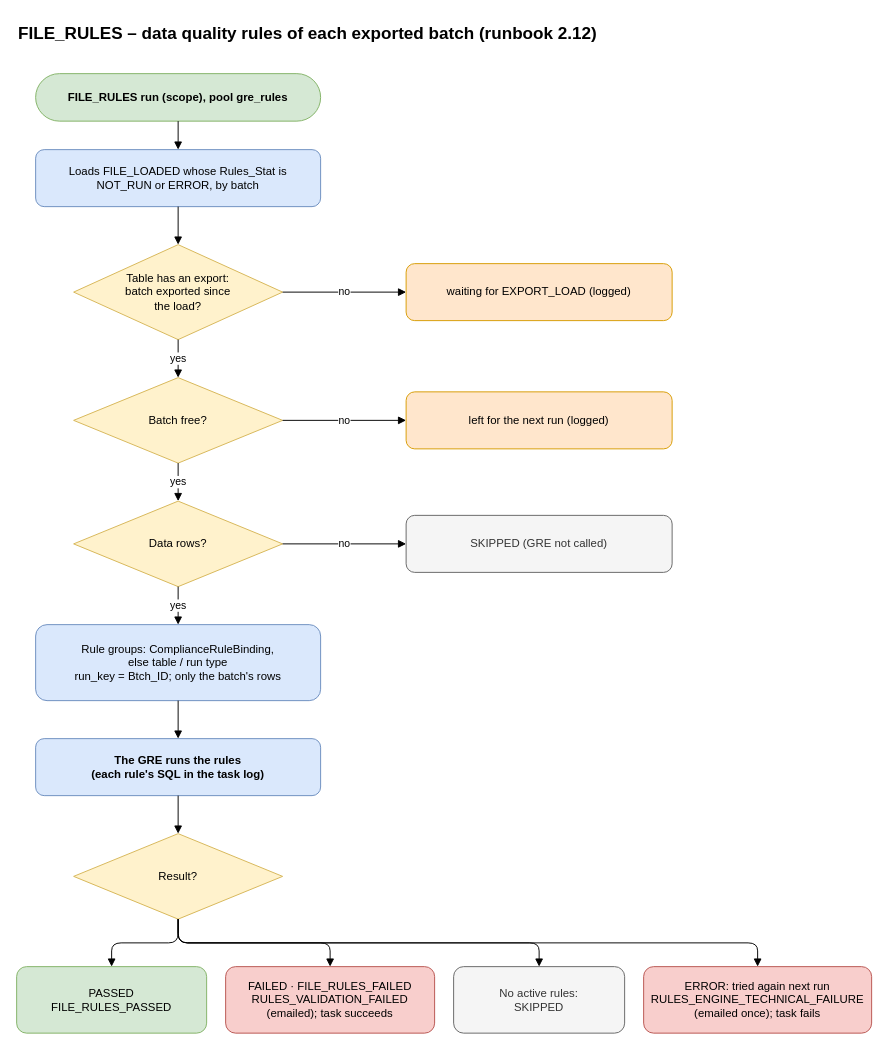
Before: airflow_resources/docs/diagrams/pages/10_file_rules.drawio in trinathgundavaram/framework, a draw.io diagram. Source tidied: cells renumbered, new cells numbered last; positions are measured from the earlier drawing's top-left corner, leaving out a move shared by most shapes. Both pictures are drawn from the tidied source at 95%, with x=0, y=0 at pixel (16, 16).
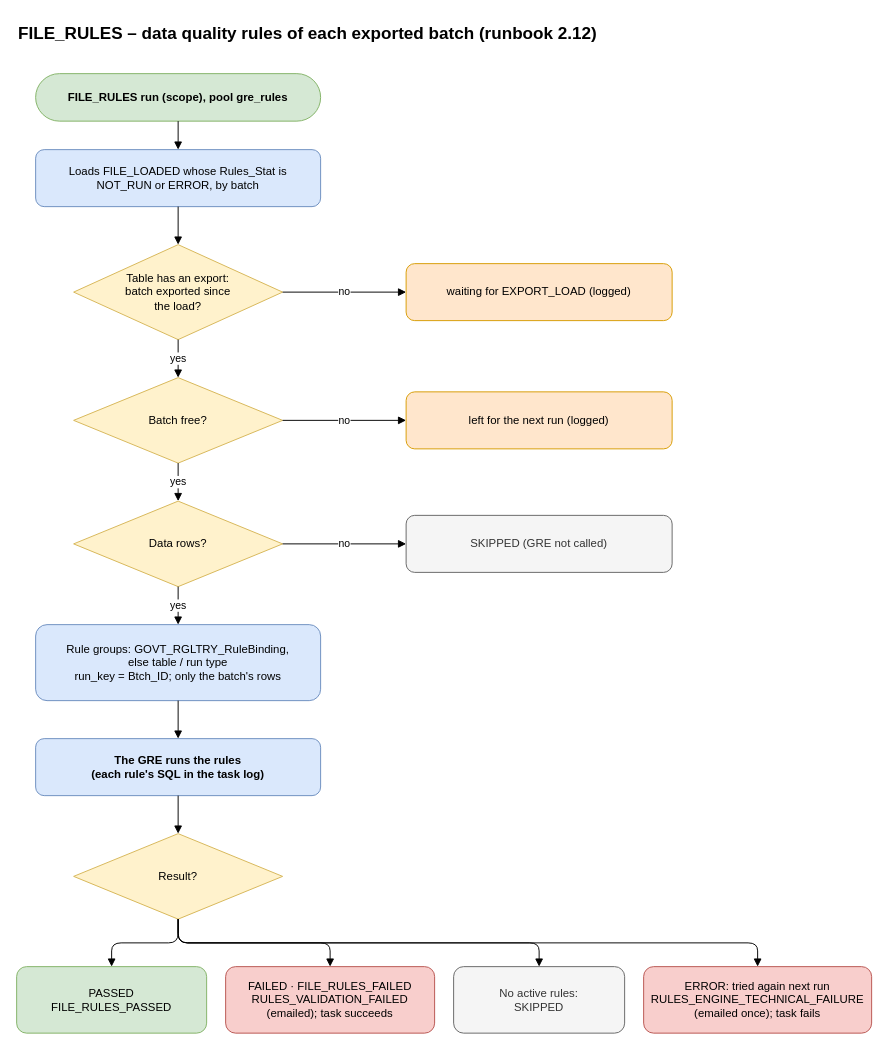
Above is the later version.

The edit, as a diff of the source:
```diff
@@
-    <mxCell id="11" value="Rule groups: ComplianceRuleBinding,&lt;br&gt;else table / run type&lt;br&gt;run_key = Btch_ID; only the batch's rows" style="rounded=1;whiteSpace=wrap;html=1;fillColor=#dae8fc;strokeColor=#6c8ebf;" parent="1" vertex="1">
+    <mxCell id="11" value="Rule groups: GOVT_RGLTRY_RuleBinding,&lt;br&gt;else table / run type&lt;br&gt;run_key = Btch_ID; only the batch's rows" style="rounded=1;whiteSpace=wrap;html=1;fillColor=#dae8fc;strokeColor=#6c8ebf;" parent="1" vertex="1">
       <mxGeometry x="20" y="640" width="300" height="80" as="geometry" />
     </mxCell>
```
